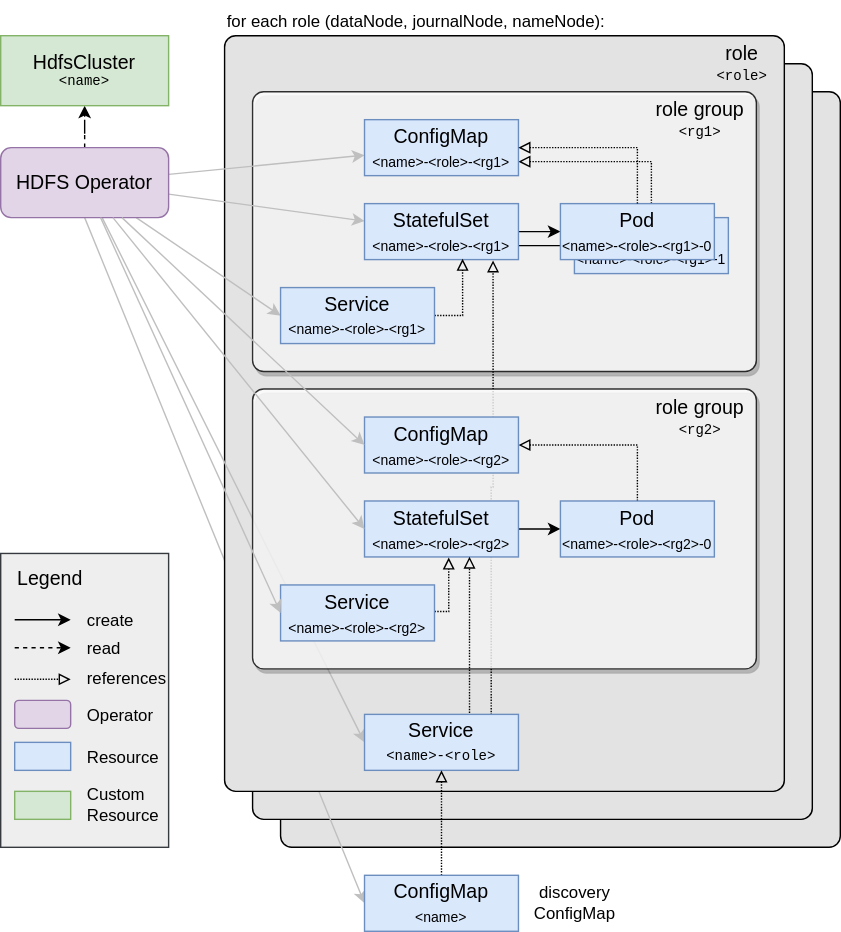
The draw.io diagram docs/modules/hdfs/images/hdfs_overview.drawio.svg in stackabletech/hdfs-operator, before a commit. Source tidied: cells renumbered, new cells last; positions are measured from the earlier drawing's top-left corner, leaving out a move shared by most shapes.
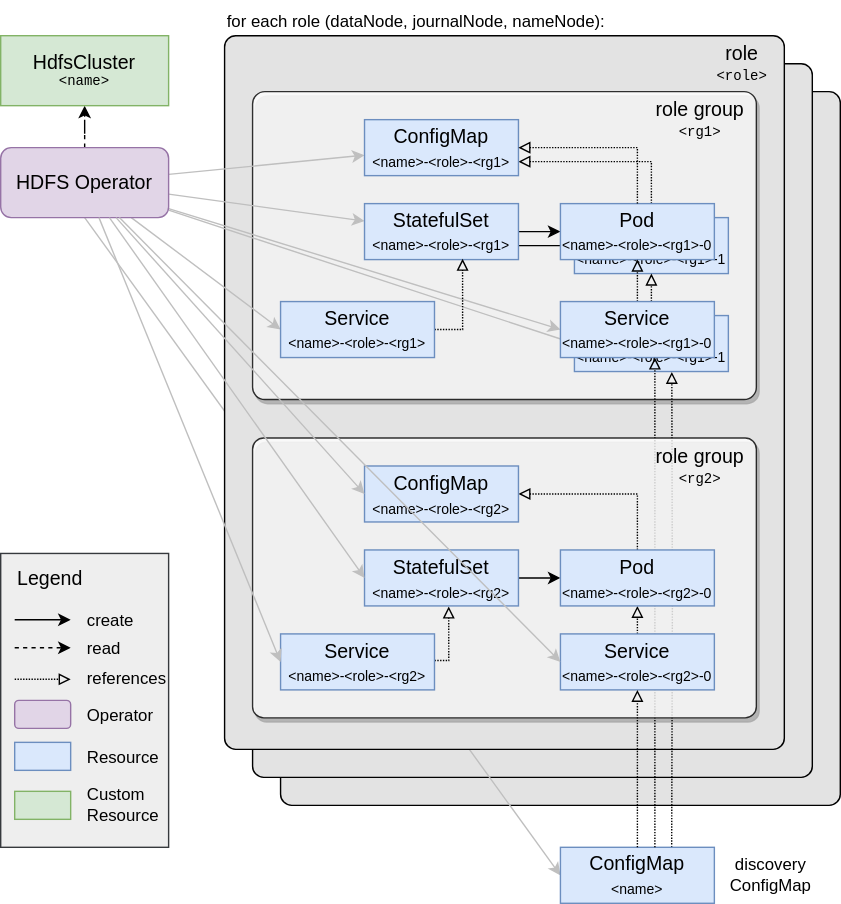
Later version of the same file.

What changed in the source:
```diff
@@ -3,23 +3,20 @@
     <mxCell id="0" />
     <mxCell id="1" parent="0" />
     <mxCell id="2" style="rounded=1;whiteSpace=wrap;html=1;align=left;verticalAlign=top;arcSize=2;fillColor=#E3E3E3;" parent="1" vertex="1">
-      <mxGeometry x="200" y="65" width="400" height="540" as="geometry" />
+      <mxGeometry x="200" y="65" width="400" height="510" as="geometry" />
     </mxCell>
     <mxCell id="3" style="rounded=1;whiteSpace=wrap;html=1;align=left;verticalAlign=top;arcSize=2;fillColor=#E3E3E3;" parent="1" vertex="1">
-      <mxGeometry x="180" y="45" width="400" height="540" as="geometry" />
+      <mxGeometry x="180" y="45" width="400" height="510" as="geometry" />
     </mxCell>
     <mxCell id="4" style="rounded=0;jettySize=auto;html=1;exitX=0.5;exitY=1;exitDx=0;exitDy=0;entryX=0;entryY=0.5;entryDx=0;entryDy=0;strokeColor=#BFBFBF;" parent="1" edge="1" source="17" target="57">
       <mxGeometry relative="1" as="geometry" />
     </mxCell>
     <mxCell id="5" style="rounded=1;whiteSpace=wrap;html=1;align=left;verticalAlign=top;arcSize=2;fillColor=#E3E3E3;" parent="1" vertex="1">
-      <mxGeometry x="160" y="25" width="400" height="540" as="geometry" />
+      <mxGeometry x="160" y="25" width="400" height="510" as="geometry" />
     </mxCell>
     <mxCell id="6" style="rounded=1;whiteSpace=wrap;html=1;align=left;verticalAlign=top;glass=0;shadow=1;arcSize=4;opacity=80;" parent="1" vertex="1">
-      <mxGeometry x="180" y="65" width="360" height="200" as="geometry" />
+      <mxGeometry x="180" y="65" width="360" height="220" as="geometry" />
     </mxCell>
-    <mxCell id="7" style="edgeStyle=orthogonalEdgeStyle;rounded=0;jettySize=auto;html=1;exitX=0.823;exitY=0.011;exitDx=0;exitDy=0;entryX=0.835;entryY=1.015;entryDx=0;entryDy=0;entryPerimeter=0;exitPerimeter=0;endArrow=block;endFill=0;dashed=1;dashPattern=1 1;" parent="1" edge="1" source="46" target="19">
-      <mxGeometry relative="1" as="geometry" />
-    </mxCell>
     <mxCell id="8" style="edgeStyle=orthogonalEdgeStyle;rounded=0;jettySize=auto;html=1;entryX=1;entryY=0.75;entryDx=0;entryDy=0;exitX=0.5;exitY=0;exitDx=0;exitDy=0;dashed=1;dashPattern=1 1;endArrow=block;endFill=0;" parent="1" edge="1" source="10" target="23">
       <mxGeometry relative="1" as="geometry" />
     </mxCell>
@@ -44,9 +41,12 @@
     <mxCell id="15" style="rounded=0;jettySize=auto;html=1;entryX=0;entryY=0.5;entryDx=0;entryDy=0;strokeColor=#BFBFBF;" parent="1" edge="1" source="17" target="21">
       <mxGeometry relative="1" as="geometry" />
     </mxCell>
-    <mxCell id="16" style="rounded=0;jettySize=auto;html=1;entryX=0;entryY=0.5;entryDx=0;entryDy=0;strokeColor=#BFBFBF;" parent="1" edge="1" source="17" target="46">
-      <mxGeometry relative="1" as="geometry" />
-    </mxCell>
+    <mxCell id="59" style="rounded=0;jettySize=auto;html=1;entryX=0;entryY=0.5;entryDx=0;entryDy=0;strokeColor=#BFBFBF;" parent="1" edge="1" source="17" target="65">
+      <mxGeometry relative="1" as="geometry" />
+    </mxCell>
+    <mxCell id="60" style="rounded=0;jettySize=auto;html=1;entryX=0;entryY=0.5;entryDx=0;entryDy=0;strokeColor=#BFBFBF;" parent="1" edge="1" source="17" target="64">
+      <mxGeometry relative="1" as="geometry" />
+    </mxCell>
     <mxCell id="17" value="HDFS Operator" style="rounded=1;whiteSpace=wrap;html=1;fillColor=#e1d5e7;strokeColor=#9673a6;glass=0;sketch=0;shadow=0;fontSize=14;" parent="1" vertex="1">
       <mxGeometry y="105" width="120" height="50" as="geometry" />
     </mxCell>
@@ -60,7 +60,7 @@
       <mxGeometry relative="1" as="geometry" />
     </mxCell>
     <mxCell id="21" value="Service&lt;br&gt;&lt;div&gt;&lt;font style=&quot;font-size: 10px;&quot;&gt;&amp;lt;name&amp;gt;-&amp;lt;role&amp;gt;-&amp;lt;rg1&amp;gt;&lt;/font&gt;&lt;/div&gt;" style="rounded=0;whiteSpace=wrap;html=1;fillColor=#dae8fc;strokeColor=#6c8ebf;fontSize=14;" parent="1" vertex="1">
-      <mxGeometry x="200" y="205" width="110" height="40" as="geometry" />
+      <mxGeometry x="200" y="215" width="110" height="40" as="geometry" />
     </mxCell>
     <mxCell id="22" value="Pod&lt;br&gt;&lt;div&gt;&lt;font style=&quot;font-size: 10px;&quot;&gt;&amp;lt;name&amp;gt;-&amp;lt;role&amp;gt;-&amp;lt;rg1&amp;gt;-0&lt;/font&gt;&lt;/div&gt;" style="rounded=0;whiteSpace=wrap;html=1;fillColor=#dae8fc;strokeColor=#6c8ebf;fontSize=14;" parent="1" vertex="1">
       <mxGeometry x="400" y="145" width="110" height="40" as="geometry" />
@@ -113,42 +113,93 @@
     <mxCell id="36" value="&lt;font style=&quot;font-size: 14px;&quot;&gt;role group&lt;/font&gt;&lt;br&gt;&lt;font style=&quot;font-size: 10px;&quot; face=&quot;Courier New&quot;&gt;&amp;lt;rg1&amp;gt;&lt;/font&gt;" style="text;html=1;strokeColor=none;fillColor=none;align=center;verticalAlign=middle;whiteSpace=wrap;rounded=0;" parent="1" vertex="1">
       <mxGeometry x="460" y="70" width="80" height="30" as="geometry" />
     </mxCell>
+    <mxCell id="47" value="&lt;font style=&quot;font-size: 14px;&quot;&gt;role&lt;br&gt;&lt;/font&gt;&lt;font size=&quot;1&quot;&gt;&lt;font style=&quot;font-size: 10px;&quot; face=&quot;Courier New&quot;&gt;&amp;lt;role&amp;gt;&lt;/font&gt;&lt;/font&gt;" style="text;html=1;strokeColor=none;fillColor=none;align=center;verticalAlign=middle;whiteSpace=wrap;rounded=0;" parent="1" vertex="1">
+      <mxGeometry x="500" y="30" width="60" height="30" as="geometry" />
+    </mxCell>
+    <mxCell id="51" value="references" style="text;html=1;align=left;verticalAlign=middle;strokeColor=none;fillColor=none;" parent="1" vertex="1">
+      <mxGeometry x="60" y="470" width="80" height="30" as="geometry" />
+    </mxCell>
+    <mxCell id="52" style="endArrow=block;html=1;rounded=0;endFill=0;dashed=1;dashPattern=1 1;" parent="1" edge="1">
+      <mxGeometry relative="1" as="geometry">
+        <mxPoint x="10" y="484.9" as="sourcePoint" />
+        <mxPoint x="50" y="484.9" as="targetPoint" />
+      </mxGeometry>
+    </mxCell>
+    <mxCell id="54" style="edgeStyle=orthogonalEdgeStyle;rounded=0;jettySize=auto;html=1;exitX=0.5;exitY=0;exitDx=0;exitDy=0;dashed=1;dashPattern=1 1;endArrow=block;endFill=0;entryX=1;entryY=0.5;entryDx=0;entryDy=0;" parent="1" edge="1" source="22" target="23">
+      <mxGeometry relative="1" as="geometry" />
+    </mxCell>
+    <mxCell id="55" value="&lt;div align=&quot;left&quot;&gt;for each role (dataNode, journalNode, nameNode):&lt;/div&gt;" style="text;html=1;align=left;verticalAlign=middle;strokeColor=none;fillColor=none;" parent="1" vertex="1">
+      <mxGeometry x="160" width="290" height="30" as="geometry" />
+    </mxCell>
+    <mxCell id="61" style="edgeStyle=orthogonalEdgeStyle;rounded=0;orthogonalLoop=1;jettySize=auto;html=1;exitX=0.75;exitY=0;exitDx=0;exitDy=0;entryX=0.66;entryY=1.006;entryDx=0;entryDy=0;entryPerimeter=0;endArrow=block;endFill=0;dashed=1;dashPattern=1 1;" parent="1" edge="1">
+      <mxGeometry relative="1" as="geometry">
+        <mxPoint x="479.5" y="605" as="sourcePoint" />
+        <mxPoint x="479.6" y="265.2" as="targetPoint" />
+      </mxGeometry>
+    </mxCell>
+    <mxCell id="57" value="ConfigMap&lt;br&gt;&lt;div&gt;&lt;font style=&quot;font-size: 10px;&quot;&gt;&amp;lt;name&amp;gt;&lt;/font&gt;&lt;/div&gt;" style="rounded=0;whiteSpace=wrap;html=1;fillColor=#dae8fc;strokeColor=#6c8ebf;fontSize=14;" parent="1" vertex="1">
+      <mxGeometry x="400" y="605" width="110" height="40" as="geometry" />
+    </mxCell>
+    <mxCell id="58" value="discovery&lt;br&gt;ConfigMap" style="text;html=1;align=center;verticalAlign=middle;strokeColor=none;fillColor=none;" parent="1" vertex="1">
+      <mxGeometry x="510" y="605" width="80" height="40" as="geometry" />
+    </mxCell>
+    <mxCell id="62" style="edgeStyle=orthogonalEdgeStyle;rounded=0;jettySize=auto;html=1;exitX=0.5;exitY=0;exitDx=0;exitDy=0;entryX=0.5;entryY=1;entryDx=0;entryDy=0;endArrow=block;endFill=0;dashed=1;dashPattern=1 1;" parent="1" edge="1" source="65" target="22">
+      <mxGeometry relative="1" as="geometry" />
+    </mxCell>
+    <mxCell id="63" style="edgeStyle=orthogonalEdgeStyle;rounded=0;jettySize=auto;html=1;exitX=0.5;exitY=0;exitDx=0;exitDy=0;entryX=0.5;entryY=1;entryDx=0;entryDy=0;endArrow=block;endFill=0;dashed=1;dashPattern=1 1;" parent="1" edge="1" source="64" target="10">
+      <mxGeometry relative="1" as="geometry" />
+    </mxCell>
+    <mxCell id="64" value="Service&lt;br&gt;&lt;div&gt;&lt;font style=&quot;font-size: 10px;&quot;&gt;&amp;lt;name&amp;gt;-&amp;lt;role&amp;gt;-&amp;lt;rg1&amp;gt;-1&lt;/font&gt;&lt;/div&gt;" style="rounded=0;whiteSpace=wrap;html=1;fillColor=#dae8fc;strokeColor=#6c8ebf;fontSize=14;" parent="1" vertex="1">
+      <mxGeometry x="410" y="225" width="110" height="40" as="geometry" />
+    </mxCell>
+    <mxCell id="65" value="Service&lt;br&gt;&lt;div&gt;&lt;font style=&quot;font-size: 10px;&quot;&gt;&amp;lt;name&amp;gt;-&amp;lt;role&amp;gt;-&amp;lt;rg1&amp;gt;-0&lt;/font&gt;&lt;/div&gt;" style="rounded=0;whiteSpace=wrap;html=1;fillColor=#dae8fc;strokeColor=#6c8ebf;fontSize=14;" parent="1" vertex="1">
+      <mxGeometry x="400" y="215" width="110" height="40" as="geometry" />
+    </mxCell>
+    <mxCell id="66" style="edgeStyle=orthogonalEdgeStyle;rounded=0;orthogonalLoop=1;jettySize=auto;html=1;exitX=0.75;exitY=0;exitDx=0;exitDy=0;entryX=0.75;entryY=1;entryDx=0;entryDy=0;endArrow=block;endFill=0;dashed=1;dashPattern=1 1;" parent="1" edge="1">
+      <mxGeometry relative="1" as="geometry">
+        <mxPoint x="467.5" y="605" as="sourcePoint" />
+        <mxPoint x="467.5" y="255" as="targetPoint" />
+      </mxGeometry>
+    </mxCell>
     <mxCell id="37" style="rounded=1;whiteSpace=wrap;html=1;align=left;verticalAlign=top;glass=0;shadow=1;arcSize=4;fillColor=default;fillStyle=auto;opacity=80;" parent="1" vertex="1">
-      <mxGeometry x="180" y="277.5" width="360" height="200" as="geometry" />
+      <mxGeometry x="180" y="312.5" width="360" height="200" as="geometry" />
     </mxCell>
     <mxCell id="38" style="edgeStyle=orthogonalEdgeStyle;rounded=0;jettySize=auto;html=1;entryX=0;entryY=0.5;entryDx=0;entryDy=0;" parent="1" edge="1" source="39" target="43">
       <mxGeometry relative="1" as="geometry" />
     </mxCell>
-    <mxCell id="39" value="StatefulSet&lt;br&gt;&lt;font style=&quot;font-size: 10px;&quot;&gt;&amp;lt;name&amp;gt;-&lt;/font&gt;&lt;font style=&quot;font-size: 10px;&quot;&gt;&amp;lt;role&amp;gt;&lt;/font&gt;&lt;font style=&quot;font-size: 10px;&quot;&gt;-&amp;lt;rg2&amp;gt;&lt;/font&gt;" style="rounded=0;whiteSpace=wrap;html=1;fillColor=#dae8fc;strokeColor=#6c8ebf;fontSize=14;" parent="1" vertex="1">
-      <mxGeometry x="260" y="357.5" width="110" height="40" as="geometry" />
-    </mxCell>
     <mxCell id="40" style="edgeStyle=orthogonalEdgeStyle;rounded=0;orthogonalLoop=1;jettySize=auto;html=1;exitX=1;exitY=0.5;exitDx=0;exitDy=0;entryX=0.547;entryY=1.035;entryDx=0;entryDy=0;entryPerimeter=0;endArrow=block;endFill=0;dashed=1;dashPattern=1 1;" parent="1" edge="1">
       <mxGeometry relative="1" as="geometry">
-        <mxPoint x="310" y="436.5" as="sourcePoint" />
-        <mxPoint x="320.2" y="397.9" as="targetPoint" />
+        <mxPoint x="310" y="471.5" as="sourcePoint" />
+        <mxPoint x="320.2" y="432.9" as="targetPoint" />
       </mxGeometry>
     </mxCell>
     <mxCell id="41" value="Service&lt;br&gt;&lt;div&gt;&lt;font style=&quot;font-size: 10px;&quot;&gt;&amp;lt;name&amp;gt;-&lt;/font&gt;&lt;font style=&quot;font-size: 10px;&quot;&gt;&amp;lt;role&amp;gt;&lt;/font&gt;&lt;font style=&quot;font-size: 10px;&quot;&gt;-&amp;lt;rg2&amp;gt;&lt;/font&gt;&lt;/div&gt;" style="rounded=0;whiteSpace=wrap;html=1;fillColor=#dae8fc;strokeColor=#6c8ebf;fontSize=14;" parent="1" vertex="1">
-      <mxGeometry x="200" y="417.5" width="110" height="40" as="geometry" />
+      <mxGeometry x="200" y="452.5" width="110" height="40" as="geometry" />
     </mxCell>
     <mxCell id="42" style="edgeStyle=orthogonalEdgeStyle;rounded=0;jettySize=auto;html=1;exitX=0.5;exitY=0;exitDx=0;exitDy=0;entryX=1;entryY=0.5;entryDx=0;entryDy=0;dashed=1;dashPattern=1 1;endArrow=block;endFill=0;" parent="1" edge="1" source="43" target="44">
       <mxGeometry relative="1" as="geometry" />
     </mxCell>
+    <mxCell id="53" value="&lt;font style=&quot;font-size: 14px;&quot;&gt;role group&lt;/font&gt;&lt;br&gt;&lt;div&gt;&lt;font style=&quot;font-size: 10px;&quot; face=&quot;Courier New&quot;&gt;&amp;lt;rg2&amp;gt;&lt;/font&gt;&lt;/div&gt;" style="text;html=1;strokeColor=none;fillColor=none;align=center;verticalAlign=middle;whiteSpace=wrap;rounded=0;" parent="1" vertex="1">
+      <mxGeometry x="460" y="318" width="80" height="30" as="geometry" />
+    </mxCell>
+    <mxCell id="67" style="edgeStyle=orthogonalEdgeStyle;rounded=0;jettySize=auto;html=1;exitX=0.5;exitY=0;exitDx=0;exitDy=0;entryX=0.5;entryY=1;entryDx=0;entryDy=0;endArrow=block;endFill=0;dashed=1;dashPattern=1 1;" parent="1" edge="1" source="68" target="43">
+      <mxGeometry relative="1" as="geometry" />
+    </mxCell>
+    <mxCell id="68" value="&lt;div&gt;Service&lt;/div&gt;&lt;div&gt;&lt;font style=&quot;font-size: 10px;&quot;&gt;&amp;lt;name&amp;gt;-&lt;/font&gt;&lt;font style=&quot;font-size: 10px;&quot;&gt;&amp;lt;role&amp;gt;&lt;/font&gt;&lt;font style=&quot;font-size: 10px;&quot;&gt;-&amp;lt;rg2&amp;gt;-0&lt;/font&gt;&lt;/div&gt;" style="rounded=0;whiteSpace=wrap;html=1;fillColor=#dae8fc;strokeColor=#6c8ebf;fontSize=14;" parent="1" vertex="1">
+      <mxGeometry x="400" y="452.5" width="110" height="40" as="geometry" />
+    </mxCell>
+    <mxCell id="44" value="ConfigMap&lt;br&gt;&lt;div&gt;&lt;font style=&quot;font-size: 10px;&quot;&gt;&amp;lt;name&amp;gt;-&amp;lt;role&amp;gt;-&amp;lt;rg2&amp;gt;&lt;/font&gt;&lt;/div&gt;" style="rounded=0;whiteSpace=wrap;html=1;fillColor=#dae8fc;strokeColor=#6c8ebf;fontSize=14;" parent="1" vertex="1">
+      <mxGeometry x="260" y="332.5" width="110" height="40" as="geometry" />
+    </mxCell>
+    <mxCell id="39" value="StatefulSet&lt;br&gt;&lt;font style=&quot;font-size: 10px;&quot;&gt;&amp;lt;name&amp;gt;-&lt;/font&gt;&lt;font style=&quot;font-size: 10px;&quot;&gt;&amp;lt;role&amp;gt;&lt;/font&gt;&lt;font style=&quot;font-size: 10px;&quot;&gt;-&amp;lt;rg2&amp;gt;&lt;/font&gt;" style="rounded=0;whiteSpace=wrap;html=1;fillColor=#dae8fc;strokeColor=#6c8ebf;fontSize=14;" parent="1" vertex="1">
+      <mxGeometry x="260" y="392.5" width="110" height="40" as="geometry" />
+    </mxCell>
     <mxCell id="43" value="&lt;div&gt;Pod&lt;/div&gt;&lt;div&gt;&lt;font style=&quot;font-size: 10px;&quot;&gt;&amp;lt;name&amp;gt;-&lt;/font&gt;&lt;font style=&quot;font-size: 10px;&quot;&gt;&amp;lt;role&amp;gt;&lt;/font&gt;&lt;font style=&quot;font-size: 10px;&quot;&gt;-&amp;lt;rg2&amp;gt;-0&lt;/font&gt;&lt;/div&gt;" style="rounded=0;whiteSpace=wrap;html=1;fillColor=#dae8fc;strokeColor=#6c8ebf;fontSize=14;" parent="1" vertex="1">
-      <mxGeometry x="400" y="357.5" width="110" height="40" as="geometry" />
+      <mxGeometry x="400" y="392.5" width="110" height="40" as="geometry" />
     </mxCell>
-    <mxCell id="44" value="ConfigMap&lt;br&gt;&lt;div&gt;&lt;font style=&quot;font-size: 10px;&quot;&gt;&amp;lt;name&amp;gt;-&amp;lt;role&amp;gt;-&amp;lt;rg2&amp;gt;&lt;/font&gt;&lt;/div&gt;" style="rounded=0;whiteSpace=wrap;html=1;fillColor=#dae8fc;strokeColor=#6c8ebf;fontSize=14;" parent="1" vertex="1">
-      <mxGeometry x="260" y="297.5" width="110" height="40" as="geometry" />
-    </mxCell>
-    <mxCell id="45" style="edgeStyle=orthogonalEdgeStyle;rounded=0;jettySize=auto;html=1;exitX=0.682;exitY=0.125;exitDx=0;exitDy=0;entryX=0.682;entryY=0.995;entryDx=0;entryDy=0;entryPerimeter=0;exitPerimeter=0;dashed=1;dashPattern=1 1;endArrow=block;endFill=0;" parent="1" edge="1" source="46" target="39">
-      <mxGeometry relative="1" as="geometry" />
-    </mxCell>
-    <mxCell id="46" value="&lt;div style=&quot;font-size: 14px;&quot;&gt;Service&lt;br&gt;&lt;font style=&quot;font-size: 10px;&quot; face=&quot;Courier New&quot;&gt;&amp;lt;name&amp;gt;-&amp;lt;role&amp;gt;&lt;/font&gt;&lt;br&gt;&lt;/div&gt;" style="rounded=0;whiteSpace=wrap;html=1;fillColor=#dae8fc;strokeColor=#6c8ebf;fontSize=14;" parent="1" vertex="1">
-      <mxGeometry x="260" y="510" width="110" height="40" as="geometry" />
-    </mxCell>
-    <mxCell id="47" value="&lt;font style=&quot;font-size: 14px;&quot;&gt;role&lt;br&gt;&lt;/font&gt;&lt;font size=&quot;1&quot;&gt;&lt;font style=&quot;font-size: 10px;&quot; face=&quot;Courier New&quot;&gt;&amp;lt;role&amp;gt;&lt;/font&gt;&lt;/font&gt;" style="text;html=1;strokeColor=none;fillColor=none;align=center;verticalAlign=middle;whiteSpace=wrap;rounded=0;" parent="1" vertex="1">
-      <mxGeometry x="500" y="30" width="60" height="30" as="geometry" />
-    </mxCell>
+    <mxCell id="69" style="edgeStyle=orthogonalEdgeStyle;rounded=0;jettySize=auto;html=1;exitX=0.5;exitY=0;exitDx=0;exitDy=0;entryX=0.5;entryY=1;entryDx=0;entryDy=0;endArrow=block;endFill=0;dashed=1;dashPattern=1 1;" parent="1" edge="1" source="57" target="68">
+      <mxGeometry relative="1" as="geometry" />
+    </mxCell>
     <mxCell id="48" style="rounded=0;jettySize=auto;html=1;entryX=0;entryY=0.5;entryDx=0;entryDy=0;strokeColor=#BFBFBF;" parent="1" edge="1" source="17" target="44">
       <mxGeometry relative="1" as="geometry" />
     </mxCell>
@@ -158,32 +209,8 @@
     <mxCell id="50" style="rounded=0;jettySize=auto;html=1;entryX=0;entryY=0.5;entryDx=0;entryDy=0;strokeColor=#BFBFBF;" parent="1" edge="1" source="17" target="39">
       <mxGeometry relative="1" as="geometry" />
     </mxCell>
-    <mxCell id="51" value="references" style="text;html=1;align=left;verticalAlign=middle;strokeColor=none;fillColor=none;" parent="1" vertex="1">
-      <mxGeometry x="60" y="470" width="80" height="30" as="geometry" />
-    </mxCell>
-    <mxCell id="52" style="endArrow=block;html=1;rounded=0;endFill=0;dashed=1;dashPattern=1 1;" parent="1" edge="1">
-      <mxGeometry relative="1" as="geometry">
-        <mxPoint x="10" y="484.9" as="sourcePoint" />
-        <mxPoint x="50" y="484.9" as="targetPoint" />
-      </mxGeometry>
-    </mxCell>
-    <mxCell id="53" value="&lt;font style=&quot;font-size: 14px;&quot;&gt;role group&lt;/font&gt;&lt;br&gt;&lt;div&gt;&lt;font style=&quot;font-size: 10px;&quot; face=&quot;Courier New&quot;&gt;&amp;lt;rg2&amp;gt;&lt;/font&gt;&lt;/div&gt;" style="text;html=1;strokeColor=none;fillColor=none;align=center;verticalAlign=middle;whiteSpace=wrap;rounded=0;" parent="1" vertex="1">
-      <mxGeometry x="460" y="283" width="80" height="30" as="geometry" />
-    </mxCell>
-    <mxCell id="54" style="edgeStyle=orthogonalEdgeStyle;rounded=0;jettySize=auto;html=1;exitX=0.5;exitY=0;exitDx=0;exitDy=0;dashed=1;dashPattern=1 1;endArrow=block;endFill=0;entryX=1;entryY=0.5;entryDx=0;entryDy=0;" parent="1" edge="1" source="22" target="23">
-      <mxGeometry relative="1" as="geometry" />
-    </mxCell>
-    <mxCell id="55" value="&lt;div align=&quot;left&quot;&gt;for each role (dataNode, journalNode, nameNode):&lt;/div&gt;" style="text;html=1;align=left;verticalAlign=middle;strokeColor=none;fillColor=none;" parent="1" vertex="1">
-      <mxGeometry x="160" width="290" height="30" as="geometry" />
-    </mxCell>
-    <mxCell id="56" style="edgeStyle=orthogonalEdgeStyle;rounded=0;jettySize=auto;html=1;exitX=0.5;exitY=0;exitDx=0;exitDy=0;entryX=0.5;entryY=1;entryDx=0;entryDy=0;dashed=1;dashPattern=1 1;endArrow=block;endFill=0;" parent="1" edge="1" source="57" target="46">
-      <mxGeometry relative="1" as="geometry" />
-    </mxCell>
-    <mxCell id="57" value="ConfigMap&lt;br&gt;&lt;div&gt;&lt;font style=&quot;font-size: 10px;&quot;&gt;&amp;lt;name&amp;gt;&lt;/font&gt;&lt;/div&gt;" style="rounded=0;whiteSpace=wrap;html=1;fillColor=#dae8fc;strokeColor=#6c8ebf;fontSize=14;" parent="1" vertex="1">
-      <mxGeometry x="260" y="625" width="110" height="40" as="geometry" />
-    </mxCell>
-    <mxCell id="58" value="discovery&lt;br&gt;ConfigMap" style="text;html=1;align=center;verticalAlign=middle;strokeColor=none;fillColor=none;" parent="1" vertex="1">
-      <mxGeometry x="370" y="625" width="80" height="40" as="geometry" />
-    </mxCell>
+    <mxCell id="70" style="rounded=0;jettySize=auto;html=1;entryX=0;entryY=0.5;entryDx=0;entryDy=0;strokeColor=#BFBFBF;" parent="1" edge="1" source="17" target="68">
+      <mxGeometry relative="1" as="geometry" />
+    </mxCell>
   </root>
 </mxGraphModel>
```
